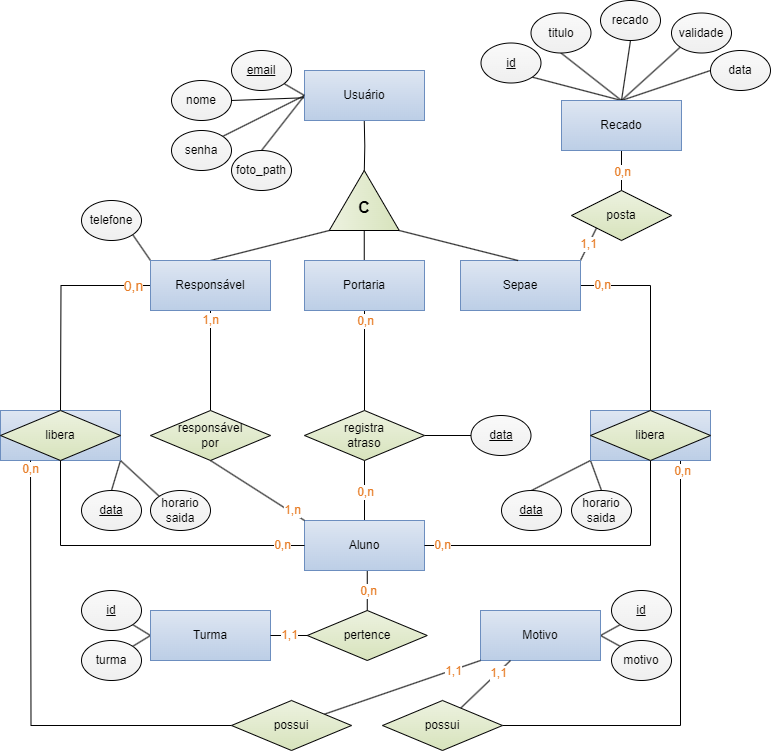
Before: documentos/TCC/SEPAIS_DER.png, a diagram exported from draw.io (garzuze/SEPAIS). Source tidied: cells renumbered, new cells last; positions are measured from the earlier drawing's top-left corner, leaving out a move shared by most shapes.
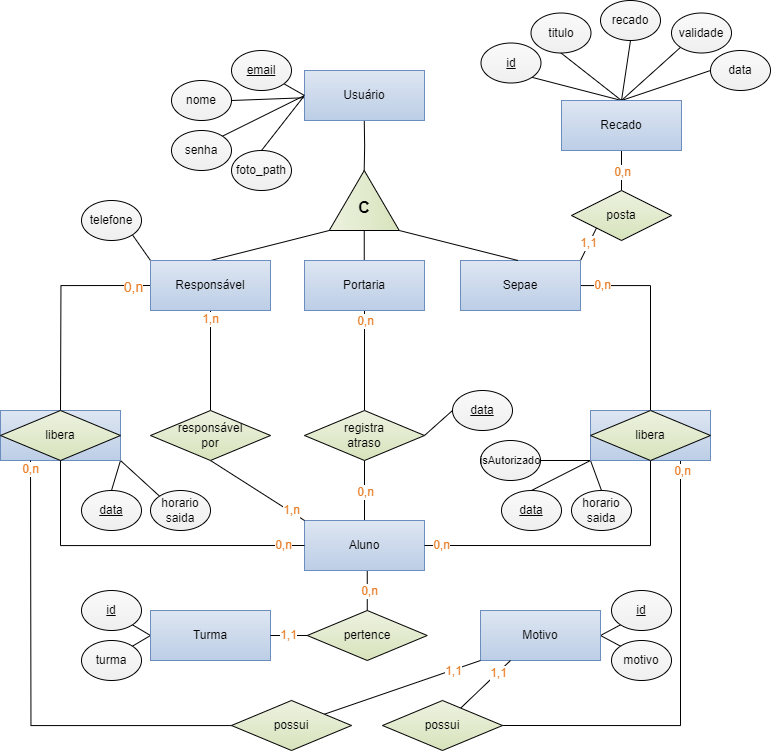
The same file after the commit.

Commit message:
Atualizar diagramas do BD

The edit, as a diff of the source:
```diff
@@ -161,6 +161,9 @@
         <mxPoint x="1" y="-7" as="offset" />
       </mxGeometry>
     </mxCell>
+    <mxCell id="87" style="rounded=0;jettySize=auto;html=1;exitX=0;exitY=1;exitDx=0;exitDy=0;entryX=1;entryY=0.5;entryDx=0;entryDy=0;endArrow=none;endFill=0;" parent="1" edge="1" source="48" target="88">
+      <mxGeometry relative="1" as="geometry" />
+    </mxCell>
     <mxCell id="48" style="html=1;dashed=0;whiteSpace=wrap;shadow=0;strokeColor=#6c8ebf;align=center;verticalAlign=middle;fontFamily=Helvetica;fontSize=12;fontColor=default;fillColor=#dee6f2;gradientColor=#bccee6;" parent="1" vertex="1">
       <mxGeometry x="590" y="410" width="120" height="50" as="geometry" />
     </mxCell>
@@ -263,7 +266,7 @@
       <mxGeometry x="501" y="490" width="60" height="40" as="geometry" />
     </mxCell>
     <mxCell id="79" value="data" style="ellipse;whiteSpace=wrap;html=1;align=center;fontStyle=4;strokeColor=default;verticalAlign=middle;fontFamily=Helvetica;fontSize=12;fontColor=default;fillColor=#fafafa;gradientColor=#efefef;" parent="1" vertex="1">
-      <mxGeometry x="470.5" y="415" width="60" height="40" as="geometry" />
+      <mxGeometry x="452" y="390" width="60" height="40" as="geometry" />
     </mxCell>
     <mxCell id="80" value="id" style="ellipse;whiteSpace=wrap;html=1;align=center;fontStyle=4;strokeColor=default;verticalAlign=middle;fontFamily=Helvetica;fontSize=12;fontColor=default;fillColor=#fafafa;gradientColor=#efefef;" parent="1" vertex="1">
       <mxGeometry x="611" y="590" width="60" height="40" as="geometry" />
@@ -286,5 +289,8 @@
     <mxCell id="86" value="possui" style="shape=rhombus;perimeter=rhombusPerimeter;whiteSpace=wrap;html=1;align=center;arcSize=20;spacing=2;fontSize=12;strokeColor=default;verticalAlign=middle;fontFamily=Helvetica;fontColor=default;fillColor=#edf2e0;gradientColor=#d7e3bc;" parent="1" vertex="1">
       <mxGeometry x="382" y="700" width="120" height="50" as="geometry" />
     </mxCell>
+    <mxCell id="88" value="isAutorizado" style="ellipse;whiteSpace=wrap;html=1;align=center;strokeColor=default;verticalAlign=middle;fontFamily=Helvetica;fontSize=11;fontColor=default;fillColor=#fafafa;gradientColor=#efefef;horizontal=1;" parent="1" vertex="1">
+      <mxGeometry x="480" y="440" width="60" height="40" as="geometry" />
+    </mxCell>
   </root>
 </mxGraphModel>
```
